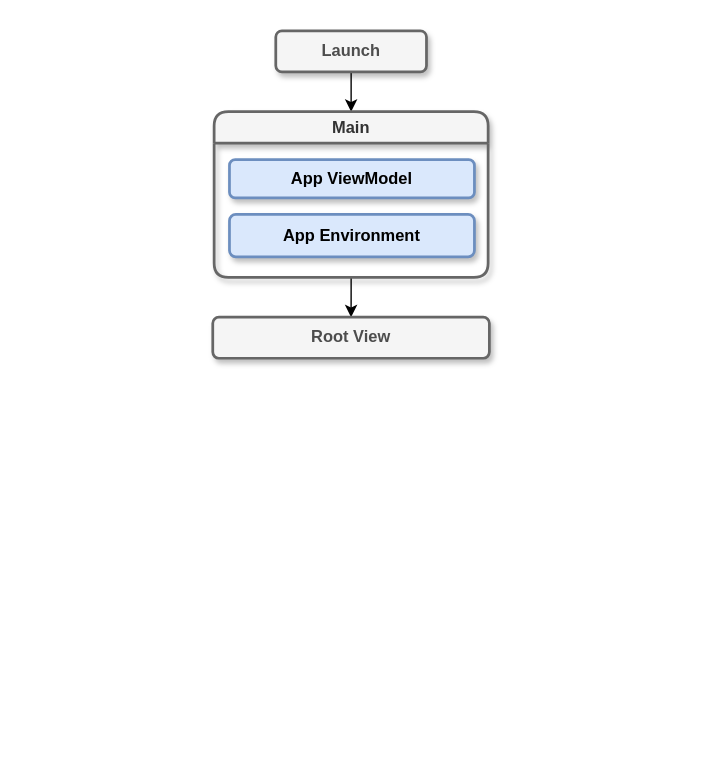
Drbingbing/AppFlow keeps this draw.io diagram as page "AppFlow" (1 of 4) of AppFlow.drawio. Above is the earlier version. Source tidied: cells renumbered, new cells numbered last; positions are measured from the earlier drawing's top-left corner, leaving out a move shared by most shapes. Both pictures are drawn from the tidied source at 137%, with x=0, y=0 at pixel (212, 30).
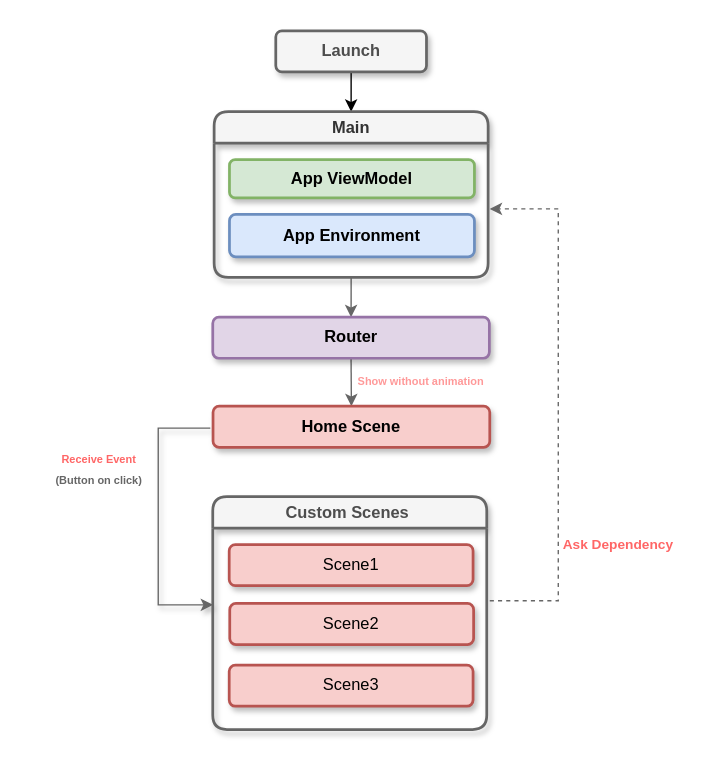
Above is the later version.

The change refers to these unchanged cells:
```xml
<mxCell id="5" value="Main" style="swimlane;whiteSpace=wrap;html=1;labelBorderColor=none;shadow=1;glass=0;rounded=1;strokeWidth=2;fillColor=#f5f5f5;fontColor=#333333;strokeColor=#666666;gradientColor=none;swimlaneLine=1;" parent="1" vertex="1">
  <mxGeometry x="0.8" y="59" width="200" height="121" as="geometry" />
</mxCell>
```

The edit, as a diff of the source:
```diff
@@
+    <mxCell id="9" style="endArrow=classic;html=1;rounded=0;fontFamily=Helvetica;fontSize=12;fontColor=#4D4D4D;fillColor=#f5f5f5;strokeColor=#666666;shadow=1;" parent="1" edge="1">
+      <mxGeometry relative="1" as="geometry">
+        <mxPoint x="-2" y="290" as="sourcePoint" />
+        <mxPoint y="419" as="targetPoint" />
+        <Array as="points">
+          <mxPoint x="-40" y="290" />
+          <mxPoint x="-40" y="419" />
+        </Array>
+      </mxGeometry>
+    </mxCell>
@@
-    <mxCell id="4" style="edgeStyle=orthogonalEdgeStyle;rounded=0;jettySize=auto;html=1;entryX=0.5;entryY=0;entryDx=0;entryDy=0;fontFamily=Helvetica;fontSize=12;fontColor=#4D4D4D;startSize=23;" parent="1" edge="1" source="5" target="8">
+    <mxCell id="4" style="edgeStyle=orthogonalEdgeStyle;rounded=0;jettySize=auto;html=1;entryX=0.5;entryY=0;entryDx=0;entryDy=0;fontFamily=Helvetica;fontSize=12;fontColor=#4D4D4D;startSize=23;strokeColor=#666666;" parent="1" edge="1" source="5" target="8">
       <mxGeometry relative="1" as="geometry" />
     </mxCell>
@@
-    <mxCell id="6" value="&lt;b&gt;App ViewModel&lt;/b&gt;" style="rounded=1;whiteSpace=wrap;html=1;shadow=1;strokeColor=#6c8ebf;strokeWidth=2;fontFamily=Helvetica;fontSize=12;fillColor=#dae8fc;" parent="5" vertex="1">
+    <mxCell id="6" value="&lt;b&gt;App ViewModel&lt;/b&gt;" style="rounded=1;whiteSpace=wrap;html=1;shadow=1;strokeColor=#82b366;strokeWidth=2;fontFamily=Helvetica;fontSize=12;fillColor=#d5e8d4;" parent="5" vertex="1">
       <mxGeometry x="11.2" y="35" width="178.8" height="28" as="geometry" />
     </mxCell>
@@
+    <mxCell id="10" style="rounded=0;jettySize=auto;html=1;exitX=0.5;exitY=1;exitDx=0;exitDy=0;entryX=0.5;entryY=0;entryDx=0;entryDy=0;fontFamily=Helvetica;fontSize=12;fontColor=#4D4D4D;strokeWidth=1;strokeColor=#666666;" parent="1" edge="1" source="8" target="11">
+      <mxGeometry relative="1" as="geometry" />
+    </mxCell>
-    <mxCell id="8" value="&lt;b&gt;Root View&lt;/b&gt;" style="rounded=1;whiteSpace=wrap;html=1;shadow=1;strokeColor=#666666;strokeWidth=2;fontFamily=Helvetica;fontSize=12;fontColor=#4D4D4D;fillColor=#f5f5f5;" parent="1" vertex="1">
+    <mxCell id="8" value="&lt;b&gt;Router&lt;/b&gt;" style="rounded=1;whiteSpace=wrap;html=1;shadow=1;strokeColor=#9673a6;strokeWidth=2;fontFamily=Helvetica;fontSize=12;fillColor=#e1d5e7;" parent="1" vertex="1">
       <mxGeometry x="-0.2" y="209" width="201.9" height="30" as="geometry" />
     </mxCell>
+    <mxCell id="11" value="Home Scene" style="rounded=1;whiteSpace=wrap;html=1;shadow=1;strokeColor=#b85450;strokeWidth=2;fontFamily=Helvetica;fontSize=12;fillColor=#f8cecc;fontStyle=1;" parent="1" vertex="1">
+      <mxGeometry y="274" width="202" height="30" as="geometry" />
+    </mxCell>
+    <mxCell id="12" value="&lt;font style=&quot;font-size: 8px;&quot;&gt;Show without animation&lt;/font&gt;" style="text;html=1;strokeColor=none;fillColor=none;align=center;verticalAlign=middle;whiteSpace=wrap;rounded=0;fontSize=12;fontFamily=Helvetica;fontColor=#FF9999;fontStyle=1;" parent="1" vertex="1">
+      <mxGeometry x="102" y="250" width="100" height="10" as="geometry" />
+    </mxCell>
+    <mxCell id="13" value="Custom Scenes&amp;nbsp;" style="swimlane;whiteSpace=wrap;html=1;rounded=1;shadow=1;strokeColor=#666666;strokeWidth=2;fontFamily=Helvetica;fontSize=12;fontColor=#4D4D4D;fillColor=#f5f5f5;" parent="1" vertex="1">
+      <mxGeometry x="-0.2" y="340" width="200" height="170" as="geometry" />
+    </mxCell>
+    <mxCell id="14" value="Scene1" style="rounded=1;whiteSpace=wrap;html=1;shadow=1;strokeColor=#b85450;strokeWidth=2;fontFamily=Helvetica;fontSize=12;fillColor=#f8cecc;" parent="13" vertex="1">
+      <mxGeometry x="12" y="35" width="178" height="30" as="geometry" />
+    </mxCell>
+    <mxCell id="15" value="Scene2" style="rounded=1;whiteSpace=wrap;html=1;shadow=1;strokeColor=#b85450;strokeWidth=2;fontFamily=Helvetica;fontSize=12;fillColor=#f8cecc;" parent="13" vertex="1">
+      <mxGeometry x="12.4" y="78" width="178" height="30" as="geometry" />
+    </mxCell>
+    <mxCell id="16" value="Scene3" style="rounded=1;whiteSpace=wrap;html=1;shadow=1;strokeColor=#b85450;strokeWidth=2;fontFamily=Helvetica;fontSize=12;fillColor=#f8cecc;" parent="13" vertex="1">
+      <mxGeometry x="12" y="123" width="178" height="30" as="geometry" />
+    </mxCell>
+    <mxCell id="17" value="&lt;font style=&quot;font-size: 8px;&quot;&gt;&lt;b style=&quot;&quot;&gt;&lt;font color=&quot;#ff6666&quot;&gt;Receive Event&lt;/font&gt;&lt;br&gt;&lt;font color=&quot;#666666&quot;&gt;(Button on click)&lt;/font&gt;&lt;br&gt;&lt;/b&gt;&lt;/font&gt;" style="text;html=1;strokeColor=none;fillColor=none;align=center;verticalAlign=middle;whiteSpace=wrap;rounded=0;fontSize=12;fontFamily=Helvetica;fontColor=#4D4D4D;" parent="1" vertex="1">
+      <mxGeometry x="-138" y="304" width="110" height="30" as="geometry" />
+    </mxCell>
+    <mxCell id="18" style="endArrow=classic;html=1;rounded=0;fontFamily=Helvetica;fontSize=12;fontColor=#4D4D4D;fillColor=#f5f5f5;strokeColor=#666666;dashed=1;" parent="1" edge="1">
+      <mxGeometry relative="1" as="geometry">
+        <mxPoint x="202" y="416" as="sourcePoint" />
+        <mxPoint x="202" y="130" as="targetPoint" />
+        <Array as="points">
+          <mxPoint x="252" y="416" />
+          <mxPoint x="252" y="136" />
+          <mxPoint x="252" y="130" />
+          <mxPoint x="232" y="130" />
+        </Array>
+      </mxGeometry>
+    </mxCell>
+    <mxCell id="19" value="&lt;font size=&quot;1&quot; color=&quot;#ff6666&quot; style=&quot;&quot;&gt;&lt;b style=&quot;&quot;&gt;Ask Dependency&lt;/b&gt;&lt;/font&gt;" style="text;html=1;align=center;verticalAlign=middle;whiteSpace=wrap;rounded=0;fontSize=12;fontFamily=Helvetica;" parent="1" vertex="1">
+      <mxGeometry x="246" y="360" width="100" height="30" as="geometry" />
+    </mxCell>
```
